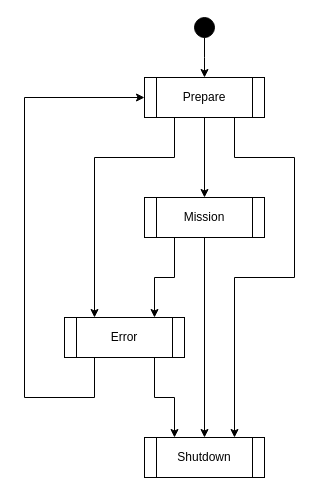
Earlier version of the draw.io diagram page "MDU_MAIN" (2 of 11) of MESCC/2nd_year/2nd_semester/system_diagram.drawio (carlosrijo9/ISEP). Source tidied: cells renumbered, new cells numbered last; positions are measured from the earlier drawing's top-left corner, leaving out a move shared by most shapes. Both pictures are drawn from the tidied source at 100%, with x=0, y=0 at pixel (24, 17).
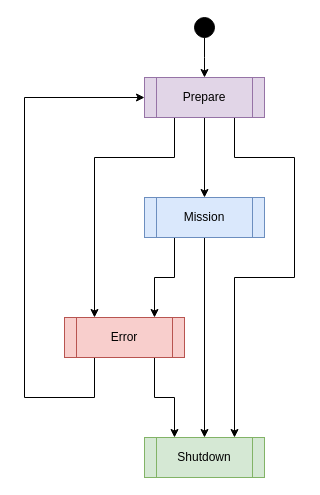
The same page after the edit.

Diff of the diagram source:
```diff
@@
-    <mxCell id="7" value="Prepare" style="shape=process;whiteSpace=wrap;html=1;backgroundOutline=1;" parent="1" vertex="1">
+    <mxCell id="7" value="Prepare" style="shape=process;whiteSpace=wrap;html=1;backgroundOutline=1;fillColor=#e1d5e7;strokeColor=#9673a6;" parent="1" vertex="1">
       <mxGeometry x="120" y="60" width="120" height="40" as="geometry" />
     </mxCell>
@@
-    <mxCell id="10" value="Mission" style="shape=process;whiteSpace=wrap;html=1;backgroundOutline=1;" parent="1" vertex="1">
+    <mxCell id="10" value="Mission" style="shape=process;whiteSpace=wrap;html=1;backgroundOutline=1;fillColor=#dae8fc;strokeColor=#6c8ebf;" parent="1" vertex="1">
       <mxGeometry x="120" y="180" width="120" height="40" as="geometry" />
     </mxCell>
-    <mxCell id="11" value="Shutdown" style="shape=process;whiteSpace=wrap;html=1;backgroundOutline=1;" parent="1" vertex="1">
+    <mxCell id="11" value="Shutdown" style="shape=process;whiteSpace=wrap;html=1;backgroundOutline=1;fillColor=#d5e8d4;strokeColor=#82b366;" parent="1" vertex="1">
       <mxGeometry x="120" y="420" width="120" height="40" as="geometry" />
     </mxCell>
@@
-    <mxCell id="14" value="Error" style="shape=process;whiteSpace=wrap;html=1;backgroundOutline=1;" parent="1" vertex="1">
+    <mxCell id="14" value="Error" style="shape=process;whiteSpace=wrap;html=1;backgroundOutline=1;fillColor=#f8cecc;strokeColor=#b85450;" parent="1" vertex="1">
       <mxGeometry x="40" y="300" width="120" height="40" as="geometry" />
     </mxCell>
```
